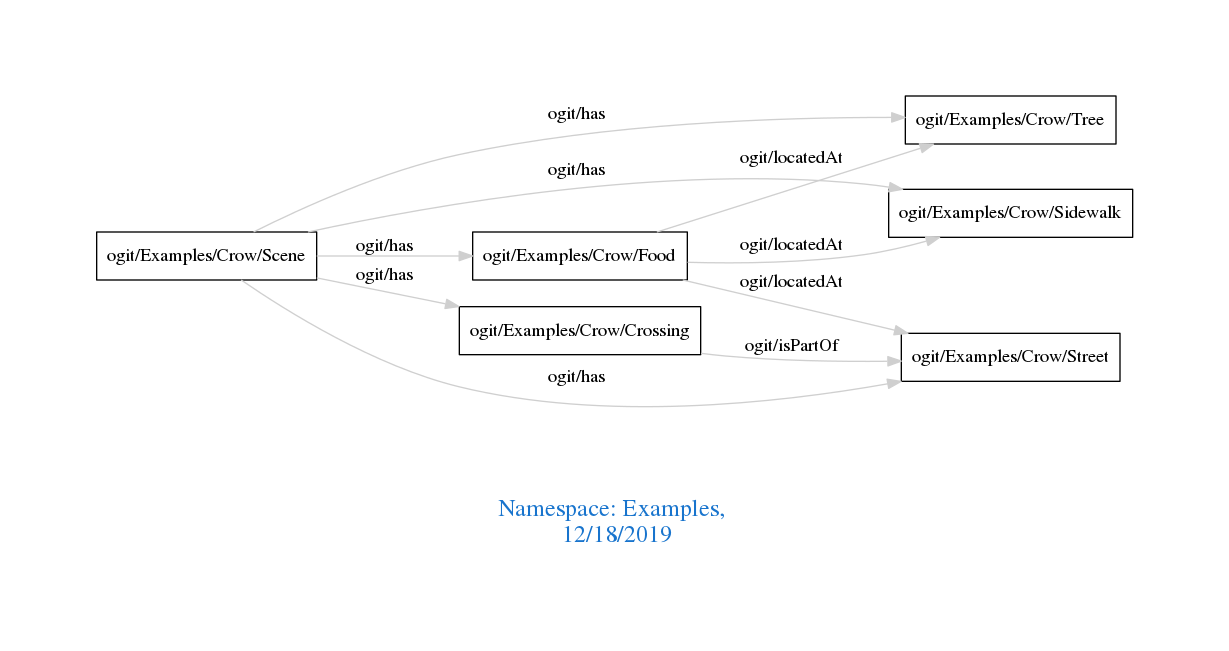
arago/OGIT keeps this Graphviz diagram as downloads/Examples.png. Above is the earlier version. Its source is kept beside it as downloads/Examples.dot.
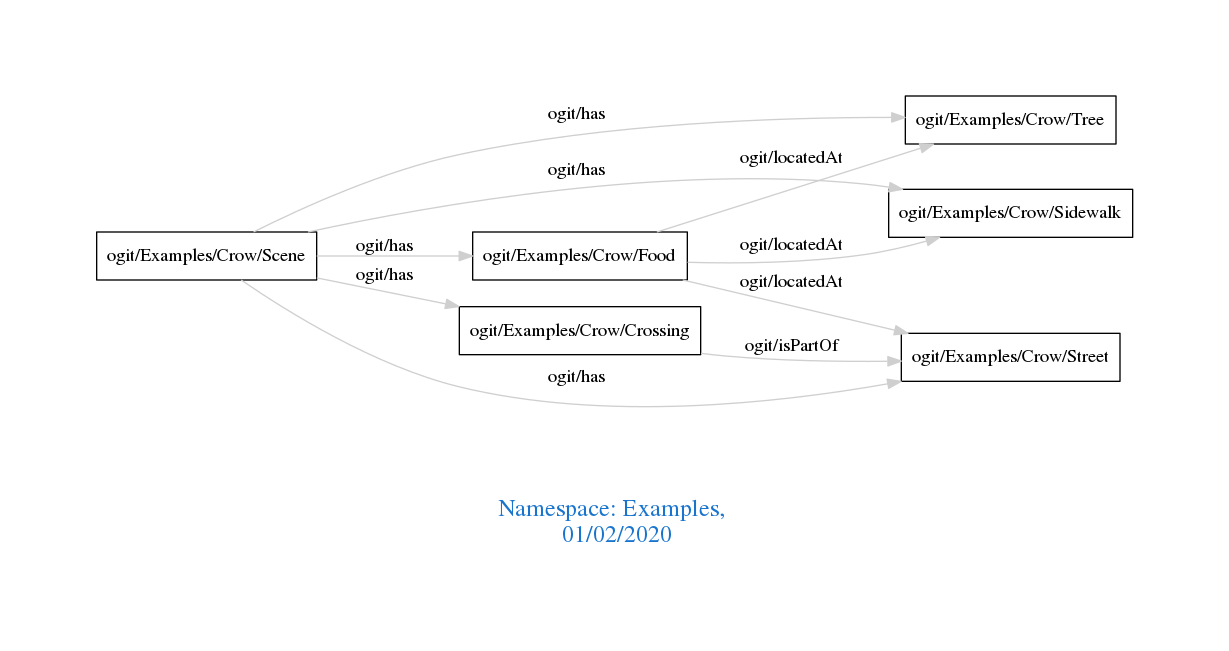
After the change.

Change to the diagram source:
```diff
@@ -1,7 +1,7 @@
 digraph OGIT_ontology {
  graph [ rankdir= LR,pad=1
 fontsize = 18,
-fontcolor= dodgerblue3,label = "\n\n\nNamespace: Examples, \n 12/18/2019"];
+fontcolor= dodgerblue3,label = "\n\n\nNamespace: Examples, \n 01/02/2020"];
 node[shape=polygon];
 edge [  color="gray81"];
 
```
